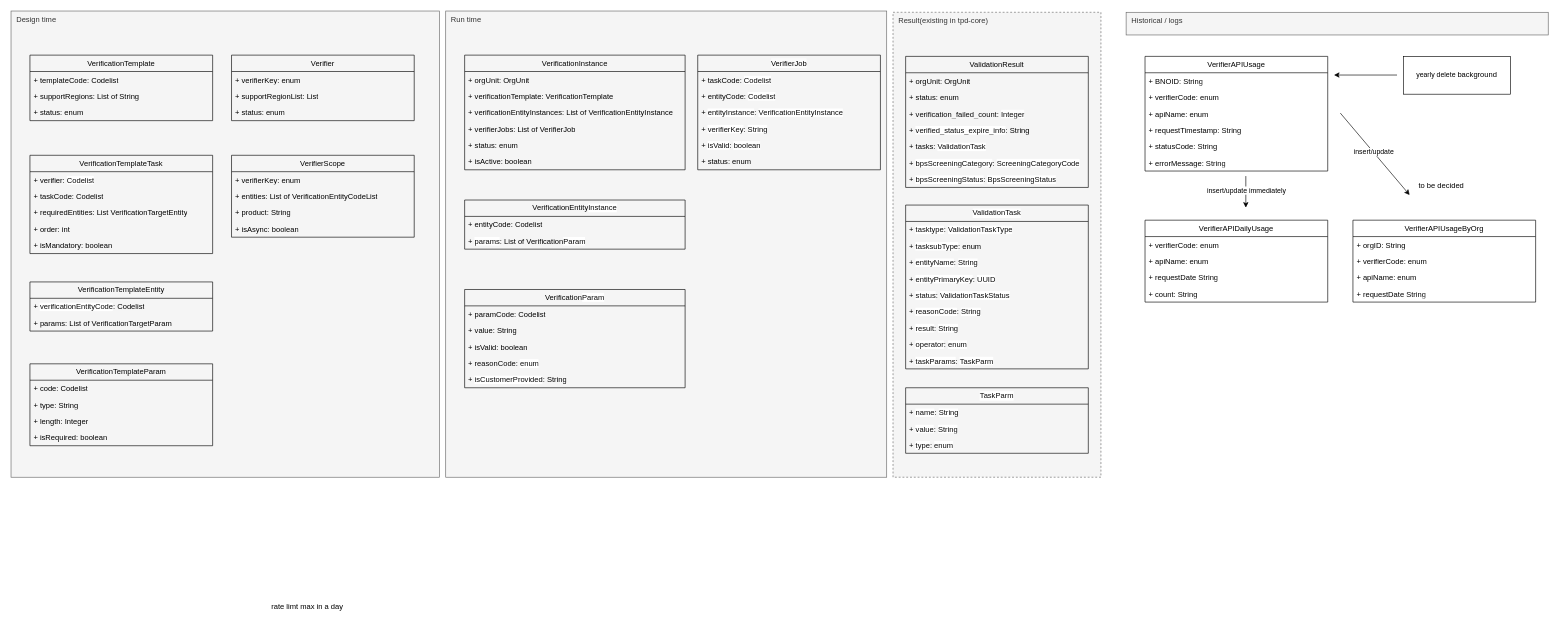
This is page "Modeling" (3 of 9) of verification_framework.drawio from huangshijie/Drawio, a draw.io file, before an edit. Source tidied: cells renumbered, new cells numbered last; positions are measured from the earlier drawing's top-left corner, leaving out a move shared by most shapes. Both pictures are drawn from the tidied source at 63%, with x=0, y=0 at pixel (11, 11).
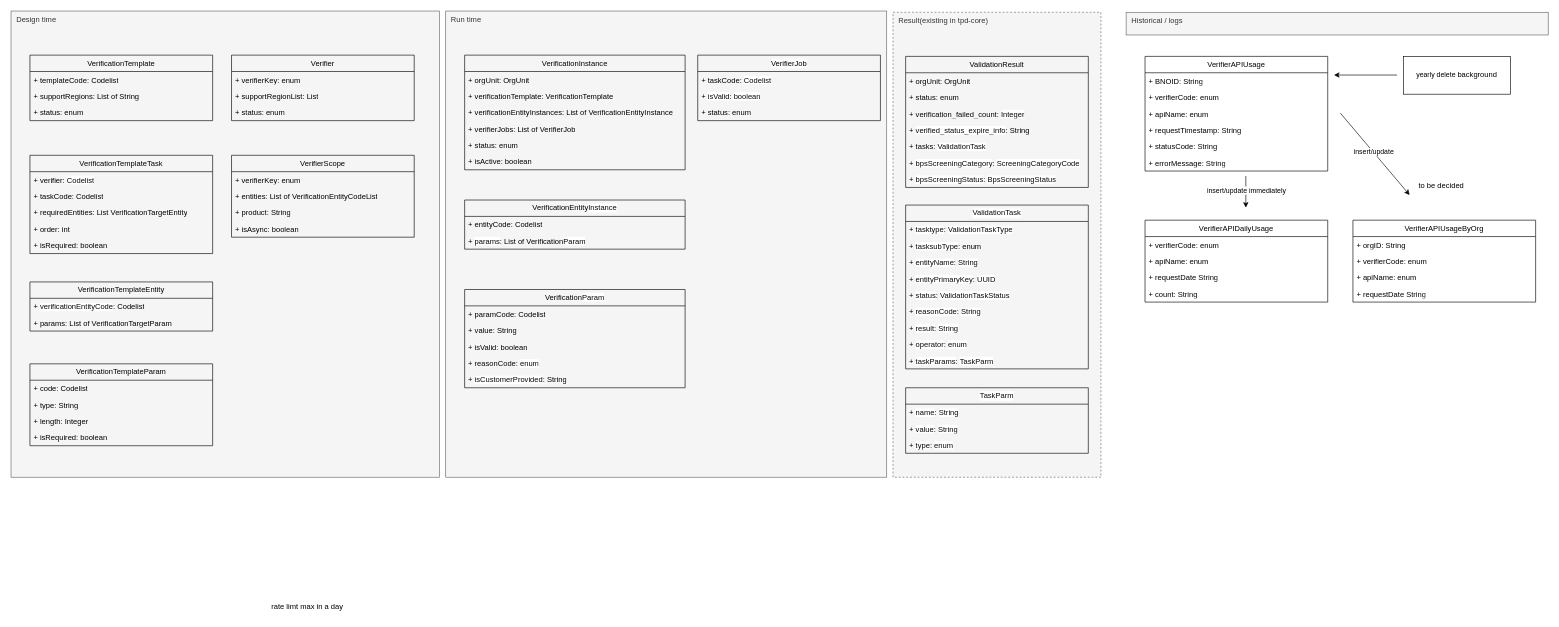
Above is the later version.

The change refers to these unchanged cells:
```xml
<mxCell id="32" value="VerificationTemplateTask" style="swimlane;fontStyle=0;horizontal=1;startSize=26;fillColor=none;whiteSpace=wrap;html=1;fontFamily=Helvetica;fontSize=12;" parent="1" vertex="1">
  <mxGeometry x="30" y="229" width="290" height="156" as="geometry" />
</mxCell>
```

What changed in the source:
```diff
@@
     <mxCell id="13" value="&lt;div style=&quot;background-color: rgb(255, 255, 255); color: rgb(8, 8, 8); font-size: 12px;&quot;&gt;&lt;div style=&quot;font-size: 12px;&quot;&gt;&lt;span style=&quot;color: rgb(0, 0, 0); text-align: left; background-color: rgb(251, 251, 251);&quot;&gt;VerifierJob&lt;/span&gt;&lt;br&gt;&lt;/div&gt;&lt;/div&gt;" style="swimlane;fontStyle=0;horizontal=1;startSize=26;fillColor=none;whiteSpace=wrap;html=1;fontFamily=Helvetica;fontSize=12;" parent="1" vertex="1">
-      <mxGeometry x="1090" y="70" width="290" height="182" as="geometry" />
+      <mxGeometry x="1090" y="70" width="290" height="104" as="geometry" />
     </mxCell>
@@
-    <mxCell id="15" value="+ entityCode&lt;span style=&quot;background-color: initial; font-size: 12px;&quot;&gt;:&amp;nbsp;&lt;/span&gt;&lt;span style=&quot;font-size: 12px; background-color: rgb(255, 255, 255); color: rgb(8, 8, 8);&quot;&gt;Codelist&lt;/span&gt;" style="text;strokeColor=none;fillColor=none;align=left;verticalAlign=top;spacingLeft=4;spacingRight=4;overflow=hidden;whiteSpace=wrap;html=1;fontFamily=Helvetica;fontSize=12;" parent="13" vertex="1">
-      <mxGeometry y="52" width="290" height="26" as="geometry" />
-    </mxCell>
-    <mxCell id="16" value="+&amp;nbsp;&lt;span style=&quot;font-size: 12px; background-color: rgb(255, 255, 255); color: rgb(8, 8, 8);&quot;&gt;entityInstance&lt;/span&gt;&lt;span style=&quot;background-color: initial; font-size: 12px;&quot;&gt;:&amp;nbsp;&lt;/span&gt;&lt;span style=&quot;font-size: 12px; background-color: rgb(255, 255, 255); color: rgb(8, 8, 8);&quot;&gt;VerificationEntityInstance&lt;/span&gt;" style="text;strokeColor=none;fillColor=none;align=left;verticalAlign=top;spacingLeft=4;spacingRight=4;overflow=hidden;whiteSpace=wrap;html=1;fontFamily=Helvetica;fontSize=12;" parent="13" vertex="1">
-      <mxGeometry y="78" width="290" height="26" as="geometry" />
-    </mxCell>
-    <mxCell id="17" value="+&amp;nbsp;&lt;span style=&quot;font-size: 12px; background-color: rgb(255, 255, 255); color: rgb(8, 8, 8);&quot;&gt;verifierKey&lt;/span&gt;&lt;span style=&quot;background-color: initial; font-size: 12px;&quot;&gt;:&amp;nbsp;&lt;/span&gt;&lt;span style=&quot;font-size: 12px; background-color: rgb(255, 255, 255); color: rgb(8, 8, 8);&quot;&gt;String&lt;/span&gt;" style="text;strokeColor=none;fillColor=none;align=left;verticalAlign=top;spacingLeft=4;spacingRight=4;overflow=hidden;whiteSpace=wrap;html=1;fontFamily=Helvetica;fontSize=12;" parent="13" vertex="1">
-      <mxGeometry y="104" width="290" height="26" as="geometry" />
-    </mxCell>
     <mxCell id="18" value="+&amp;nbsp;&lt;span style=&quot;font-size: 12px; background-color: rgb(255, 255, 255); color: rgb(8, 8, 8);&quot;&gt;isValid&lt;/span&gt;&lt;span style=&quot;background-color: initial; font-size: 12px;&quot;&gt;:&amp;nbsp;&lt;/span&gt;&lt;span style=&quot;font-size: 12px; background-color: rgb(255, 255, 255); color: rgb(8, 8, 8);&quot;&gt;boolean&lt;/span&gt;" style="text;strokeColor=none;fillColor=none;align=left;verticalAlign=top;spacingLeft=4;spacingRight=4;overflow=hidden;whiteSpace=wrap;html=1;fontFamily=Helvetica;fontSize=12;" parent="13" vertex="1">
-      <mxGeometry y="130" width="290" height="26" as="geometry" />
+      <mxGeometry y="52" width="290" height="26" as="geometry" />
     </mxCell>
     <mxCell id="19" value="+ status&lt;span style=&quot;background-color: initial; font-size: 12px;&quot;&gt;: enum&lt;/span&gt;" style="text;strokeColor=none;fillColor=none;align=left;verticalAlign=top;spacingLeft=4;spacingRight=4;overflow=hidden;whiteSpace=wrap;html=1;fontFamily=Helvetica;fontSize=12;" parent="13" vertex="1">
-      <mxGeometry y="156" width="290" height="26" as="geometry" />
+      <mxGeometry y="78" width="290" height="26" as="geometry" />
     </mxCell>
@@
-    <mxCell id="37" value="+ isMandatory: boolean" style="text;strokeColor=none;fillColor=none;align=left;verticalAlign=top;spacingLeft=4;spacingRight=4;overflow=hidden;whiteSpace=wrap;html=1;fontFamily=Helvetica;fontSize=12;" parent="32" vertex="1">
+    <mxCell id="37" value="+ isRequired: boolean" style="text;strokeColor=none;fillColor=none;align=left;verticalAlign=top;spacingLeft=4;spacingRight=4;overflow=hidden;whiteSpace=wrap;html=1;fontFamily=Helvetica;fontSize=12;" parent="32" vertex="1">
       <mxGeometry y="130" width="290" height="26" as="geometry" />
     </mxCell>
```
